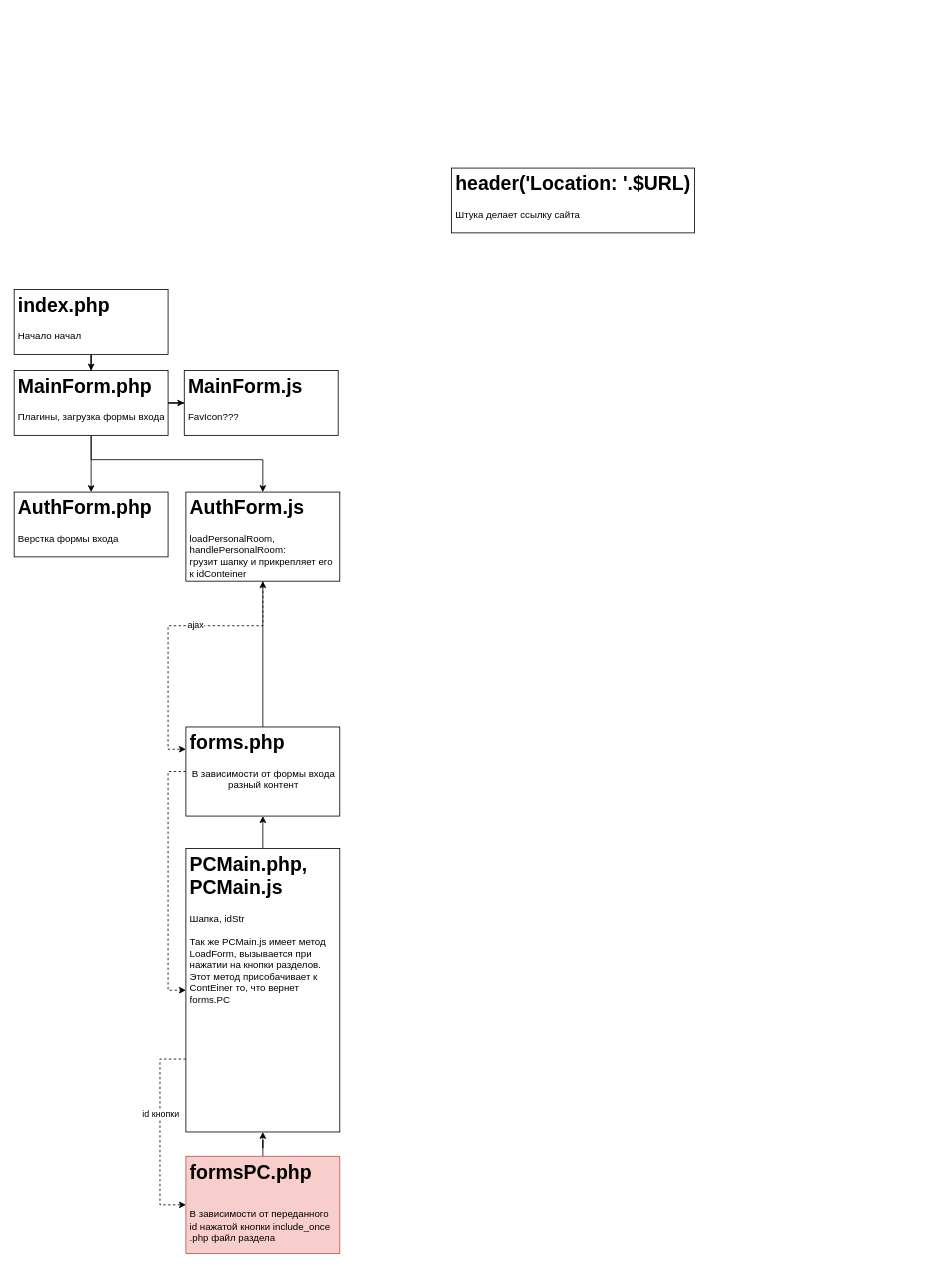
The draw.io diagram LKflow.drawio in iwannabekoshka/diagrams, before the edit. Source tidied: cells renumbered, new cells numbered last; positions are measured from the earlier drawing's top-left corner, leaving out a move shared by most shapes. Both pictures are drawn from the tidied source at 81%, with x=0, y=0 at pixel (14, 168).
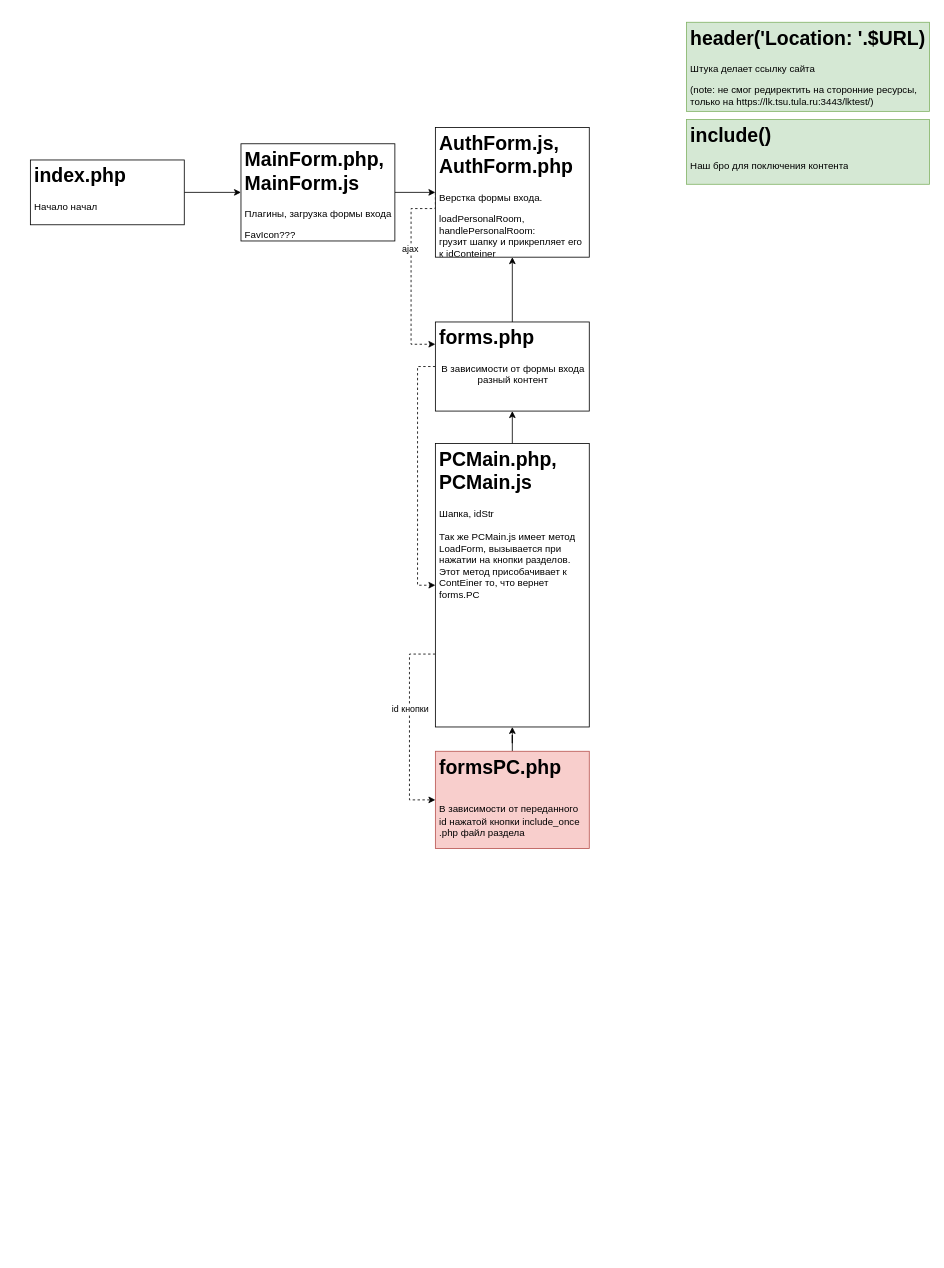
The same diagram, later.

The edit, as a diff of the source:
```diff
@@
-    <mxCell id="2" value="&lt;h1&gt;AuthForm.php&lt;/h1&gt;&lt;p&gt;Верстка формы входа&lt;/p&gt;" style="text;html=1;spacing=5;spacingTop=-20;whiteSpace=wrap;overflow=hidden;rounded=0;fillColor=#ffffff;strokeColor=#000000;" parent="1" vertex="1">
-      <mxGeometry y="400" width="190" height="80" as="geometry" />
-    </mxCell>
-    <mxCell id="3" style="edgeStyle=orthogonalEdgeStyle;rounded=0;jettySize=auto;html=1;entryX=0;entryY=0.25;entryDx=0;entryDy=0;dashed=1;" parent="1" edge="1" source="5" target="15">
+    <mxCell id="3" style="edgeStyle=orthogonalEdgeStyle;rounded=0;jettySize=auto;html=1;entryX=0;entryY=0.25;entryDx=0;entryDy=0;dashed=1;exitX=0;exitY=0.5;exitDx=0;exitDy=0;" parent="1" edge="1" source="5" target="15">
       <mxGeometry relative="1" as="geometry">
         <Array as="points">
-          <mxPoint x="190" y="565" />
-          <mxPoint x="190" y="718" />
+          <mxPoint x="520" y="50" />
+          <mxPoint x="490" y="50" />
+          <mxPoint x="490" y="218" />
         </Array>
       </mxGeometry>
     </mxCell>
@@
-    <mxCell id="5" value="&lt;h1&gt;AuthForm.js&lt;/h1&gt;&lt;p&gt;&lt;span style=&quot;text-align: center&quot;&gt;loadPersonalRoom,&lt;/span&gt;&lt;br style=&quot;text-align: center&quot;&gt;&lt;span style=&quot;text-align: center&quot;&gt;handlePersonalRoom:&lt;/span&gt;&lt;br style=&quot;text-align: center&quot;&gt;&lt;span style=&quot;text-align: center&quot;&gt;грузит шапку и прикрепляет его к idConteiner&lt;/span&gt;&lt;br&gt;&lt;/p&gt;" style="text;html=1;spacing=5;spacingTop=-20;whiteSpace=wrap;overflow=hidden;rounded=0;fillColor=#ffffff;strokeColor=#000000;" parent="1" vertex="1">
-      <mxGeometry x="212" y="400" width="190" height="110" as="geometry" />
+    <mxCell id="5" value="&lt;h1&gt;AuthForm.js, AuthForm.php&lt;/h1&gt;&lt;p&gt;Верстка формы входа.&lt;span style=&quot;text-align: center&quot;&gt;&lt;br&gt;&lt;/span&gt;&lt;/p&gt;&lt;p&gt;&lt;span style=&quot;text-align: center&quot;&gt;loadPersonalRoom,&lt;/span&gt;&lt;br style=&quot;text-align: center&quot;&gt;&lt;span style=&quot;text-align: center&quot;&gt;handlePersonalRoom:&lt;/span&gt;&lt;br style=&quot;text-align: center&quot;&gt;&lt;span style=&quot;text-align: center&quot;&gt;грузит шапку и прикрепляет его к idConteiner&lt;/span&gt;&lt;br&gt;&lt;/p&gt;" style="text;html=1;spacing=5;spacingTop=-20;whiteSpace=wrap;overflow=hidden;rounded=0;fillColor=#ffffff;strokeColor=#000000;" parent="1" vertex="1">
+      <mxGeometry x="520" y="-50" width="190" height="160" as="geometry" />
     </mxCell>
-    <mxCell id="6" style="edgeStyle=orthogonalEdgeStyle;rounded=0;jettySize=auto;html=1;entryX=0.5;entryY=0;entryDx=0;entryDy=0;" parent="1" edge="1" source="7" target="11">
+    <mxCell id="6" style="edgeStyle=orthogonalEdgeStyle;rounded=0;jettySize=auto;html=1;" parent="1" edge="1" source="7" target="11">
       <mxGeometry relative="1" as="geometry" />
     </mxCell>
     <mxCell id="7" value="&lt;h1&gt;index.php&lt;/h1&gt;&lt;p&gt;Начало начал&lt;/p&gt;" style="text;html=1;spacing=5;spacingTop=-20;whiteSpace=wrap;overflow=hidden;rounded=0;fillColor=#ffffff;strokeColor=#000000;" parent="1" vertex="1">
-      <mxGeometry y="150" width="190" height="80" as="geometry" />
+      <mxGeometry x="20" y="-10" width="190" height="80" as="geometry" />
     </mxCell>
-    <mxCell id="8" style="edgeStyle=orthogonalEdgeStyle;rounded=0;jettySize=auto;html=1;" parent="1" edge="1" source="11" target="2">
-      <mxGeometry relative="1" as="geometry" />
-    </mxCell>
-    <mxCell id="9" style="edgeStyle=orthogonalEdgeStyle;rounded=0;jettySize=auto;html=1;" parent="1" edge="1" source="11" target="12">
-      <mxGeometry relative="1" as="geometry" />
-    </mxCell>
-    <mxCell id="10" style="edgeStyle=orthogonalEdgeStyle;rounded=0;jettySize=auto;html=1;entryX=0.5;entryY=0;entryDx=0;entryDy=0;exitX=0.5;exitY=1;exitDx=0;exitDy=0;" parent="1" edge="1" source="11" target="5">
-      <mxGeometry relative="1" as="geometry">
-        <Array as="points">
-          <mxPoint x="95" y="360" />
-          <mxPoint x="307" y="360" />
-        </Array>
-      </mxGeometry>
+    <mxCell id="10" style="edgeStyle=orthogonalEdgeStyle;rounded=0;jettySize=auto;html=1;" parent="1" edge="1" source="11" target="5">
+      <mxGeometry relative="1" as="geometry" />
     </mxCell>
-    <mxCell id="11" value="&lt;h1&gt;MainForm.php&lt;/h1&gt;&lt;p&gt;Плагины, загрузка формы входа&lt;/p&gt;" style="text;html=1;spacing=5;spacingTop=-20;whiteSpace=wrap;overflow=hidden;rounded=0;fillColor=#ffffff;strokeColor=#000000;" parent="1" vertex="1">
-      <mxGeometry y="250" width="190" height="80" as="geometry" />
+    <mxCell id="11" value="&lt;h1&gt;MainForm.php, MainForm.js&lt;/h1&gt;&lt;p&gt;Плагины, загрузка формы входа&lt;/p&gt;&lt;p&gt;FavIcon???&lt;br&gt;&lt;/p&gt;" style="text;html=1;spacing=5;spacingTop=-20;whiteSpace=wrap;overflow=hidden;rounded=0;fillColor=#ffffff;strokeColor=#000000;" parent="1" vertex="1">
+      <mxGeometry x="280" y="-30" width="190" height="120" as="geometry" />
     </mxCell>
-    <mxCell id="12" value="&lt;h1&gt;MainForm.js&lt;/h1&gt;&lt;p&gt;FavIcon???&lt;/p&gt;" style="text;html=1;spacing=5;spacingTop=-20;whiteSpace=wrap;overflow=hidden;rounded=0;fillColor=#ffffff;strokeColor=#000000;" parent="1" vertex="1">
-      <mxGeometry x="210" y="250" width="190" height="80" as="geometry" />
-    </mxCell>
@@
     <mxCell id="14" style="edgeStyle=orthogonalEdgeStyle;rounded=0;jettySize=auto;html=1;entryX=0;entryY=0.5;entryDx=0;entryDy=0;dashed=1;" parent="1" edge="1" source="15" target="19">
       <mxGeometry relative="1" as="geometry">
         <Array as="points">
-          <mxPoint x="190" y="745" />
-          <mxPoint x="190" y="1015" />
+          <mxPoint x="498" y="245" />
+          <mxPoint x="498" y="515" />
         </Array>
       </mxGeometry>
     </mxCell>
     <mxCell id="15" value="&lt;h1&gt;forms.php&lt;/h1&gt;&lt;p style=&quot;text-align: center&quot;&gt;В зависимости от формы входа разный контент&lt;/p&gt;" style="text;html=1;spacing=5;spacingTop=-20;whiteSpace=wrap;overflow=hidden;rounded=0;fillColor=#ffffff;strokeColor=#000000;" parent="1" vertex="1">
-      <mxGeometry x="212" y="690" width="190" height="110" as="geometry" />
+      <mxGeometry x="520" y="190" width="190" height="110" as="geometry" />
     </mxCell>
@@
     <mxCell id="17" style="edgeStyle=orthogonalEdgeStyle;rounded=0;jettySize=auto;html=1;entryX=0;entryY=0.5;entryDx=0;entryDy=0;dashed=1;" parent="1" edge="1" source="19" target="22">
       <mxGeometry relative="1" as="geometry">
         <Array as="points">
-          <mxPoint x="180" y="1100" />
-          <mxPoint x="180" y="1280" />
+          <mxPoint x="488" y="600" />
+          <mxPoint x="488" y="780" />
         </Array>
       </mxGeometry>
     </mxCell>
@@
     <mxCell id="19" value="&lt;h1&gt;PCMain.php, PCMain.js&lt;/h1&gt;&lt;div&gt;Шапка, idStr&lt;/div&gt;&lt;div&gt;&lt;br&gt;&lt;/div&gt;&lt;div&gt;Так же PCMain.js имеет метод LoadForm, вызывается при нажатии на кнопки разделов. Этот метод присобачивает к ContEiner то, что вернет forms.PC&amp;nbsp;&amp;nbsp;&lt;/div&gt;" style="text;html=1;spacing=5;spacingTop=-20;whiteSpace=wrap;overflow=hidden;rounded=0;fillColor=#ffffff;strokeColor=#000000;" parent="1" vertex="1">
-      <mxGeometry x="212" y="840" width="190" height="350" as="geometry" />
+      <mxGeometry x="520" y="340" width="190" height="350" as="geometry" />
     </mxCell>
-    <mxCell id="20" value="&lt;h1&gt;header('Location: '.$URL)&lt;/h1&gt;&lt;p&gt;Штука делает ссылку сайта&lt;/p&gt;" style="text;html=1;spacing=5;spacingTop=-20;whiteSpace=wrap;overflow=hidden;rounded=0;fillColor=#ffffff;strokeColor=#000000;" parent="1" vertex="1">
-      <mxGeometry x="540" width="300" height="80" as="geometry" />
+    <mxCell id="20" value="&lt;h1&gt;header('Location: '.$URL)&lt;/h1&gt;&lt;p&gt;Штука делает ссылку сайта&lt;/p&gt;&lt;p&gt;(note: не смог редиректить на сторонние ресурсы, только на https://lk.tsu.tula.ru:3443/lktest/)&lt;/p&gt;" style="text;html=1;spacing=5;spacingTop=-20;whiteSpace=wrap;overflow=hidden;rounded=0;fillColor=#d5e8d4;strokeColor=#82b366;" parent="1" vertex="1">
+      <mxGeometry x="830" y="-180" width="300" height="110" as="geometry" />
     </mxCell>
@@
     <mxCell id="22" value="&lt;h1&gt;&lt;span&gt;formsPC.php&lt;/span&gt;&lt;br&gt;&lt;/h1&gt;&lt;div&gt;&lt;br&gt;&lt;/div&gt;&lt;div&gt;В зависимости от переданного id нажатой кнопки include_once .php файл раздела&lt;/div&gt;" style="text;html=1;spacing=5;spacingTop=-20;whiteSpace=wrap;overflow=hidden;rounded=0;fillColor=#f8cecc;strokeColor=#b85450;" parent="1" vertex="1">
-      <mxGeometry x="212" y="1220" width="190" height="120" as="geometry" />
+      <mxGeometry x="520" y="720" width="190" height="120" as="geometry" />
     </mxCell>
+    <mxCell id="23" value="&lt;h1&gt;include()&lt;/h1&gt;&lt;div&gt;Наш бро для поключения контента&lt;/div&gt;" style="text;html=1;spacing=5;spacingTop=-20;whiteSpace=wrap;overflow=hidden;rounded=0;fillColor=#d5e8d4;strokeColor=#82b366;" parent="1" vertex="1">
+      <mxGeometry x="830" y="-60" width="300" height="80" as="geometry" />
+    </mxCell>
```
